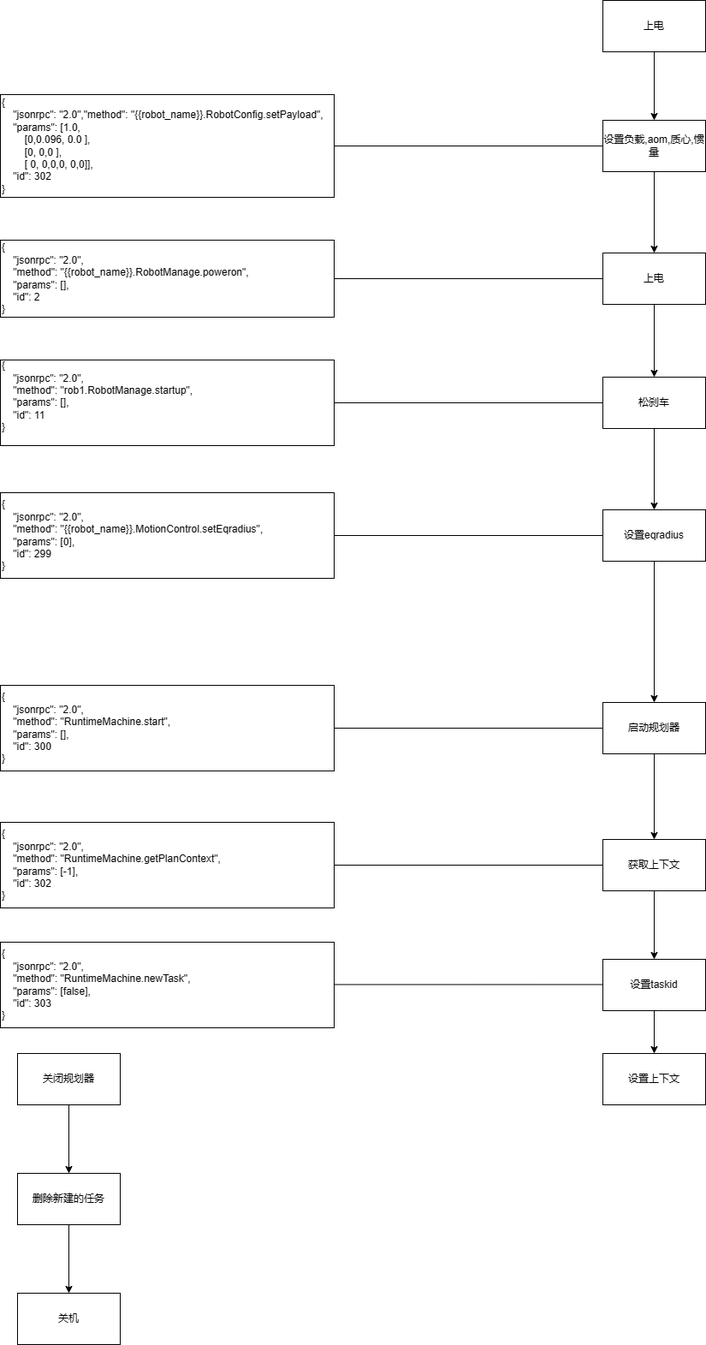
The draw.io diagram 理疗/arcs流程图.png in Durpe/Drawio, before a commit. Source tidied: cells renumbered, new cells last; positions are measured from the earlier drawing's top-left corner, leaving out a move shared by most shapes. Source of this version:
```xml
<mxGraphModel>
  <root>
    <mxCell id="0" />
    <mxCell id="1" parent="0" />
    <mxCell id="2" style="edgeStyle=orthogonalEdgeStyle;rounded=0;jettySize=auto;html=1;" parent="1" edge="1" source="3" target="5">
      <mxGeometry relative="1" as="geometry" />
    </mxCell>
    <mxCell id="3" value="上电" style="rounded=0;whiteSpace=wrap;html=1;" parent="1" vertex="1">
      <mxGeometry x="704" width="120" height="60" as="geometry" />
    </mxCell>
    <mxCell id="4" style="edgeStyle=orthogonalEdgeStyle;rounded=0;jettySize=auto;html=1;" parent="1" edge="1" source="5" target="7">
      <mxGeometry relative="1" as="geometry" />
    </mxCell>
    <mxCell id="5" value="设置负载,aom,质心,惯量" style="whiteSpace=wrap;html=1;rounded=0;" parent="1" vertex="1">
      <mxGeometry x="704" y="140" width="120" height="60" as="geometry" />
    </mxCell>
    <mxCell id="6" style="edgeStyle=orthogonalEdgeStyle;rounded=0;jettySize=auto;html=1;" parent="1" edge="1" source="7" target="9">
      <mxGeometry relative="1" as="geometry" />
    </mxCell>
    <mxCell id="7" value="上电" style="whiteSpace=wrap;html=1;rounded=0;" parent="1" vertex="1">
      <mxGeometry x="704" y="295" width="120" height="60" as="geometry" />
    </mxCell>
    <mxCell id="8" style="edgeStyle=orthogonalEdgeStyle;rounded=0;jettySize=auto;html=1;" parent="1" edge="1" source="9" target="11">
      <mxGeometry relative="1" as="geometry" />
    </mxCell>
    <mxCell id="9" value="松刹车" style="whiteSpace=wrap;html=1;rounded=0;" parent="1" vertex="1">
      <mxGeometry x="704" y="440" width="120" height="60" as="geometry" />
    </mxCell>
    <mxCell id="10" style="edgeStyle=orthogonalEdgeStyle;rounded=0;jettySize=auto;html=1;" parent="1" edge="1" source="11" target="13">
      <mxGeometry relative="1" as="geometry" />
    </mxCell>
    <mxCell id="11" value="设置eqradius" style="whiteSpace=wrap;html=1;rounded=0;" parent="1" vertex="1">
      <mxGeometry x="704" y="595" width="120" height="60" as="geometry" />
    </mxCell>
    <mxCell id="12" style="edgeStyle=orthogonalEdgeStyle;rounded=0;jettySize=auto;html=1;" parent="1" edge="1" source="13" target="15">
      <mxGeometry relative="1" as="geometry" />
    </mxCell>
    <mxCell id="13" value="启动规划器" style="whiteSpace=wrap;html=1;rounded=0;" parent="1" vertex="1">
      <mxGeometry x="704" y="820" width="120" height="60" as="geometry" />
    </mxCell>
    <mxCell id="14" style="edgeStyle=orthogonalEdgeStyle;rounded=0;jettySize=auto;html=1;" parent="1" edge="1" source="15" target="17">
      <mxGeometry relative="1" as="geometry" />
    </mxCell>
    <mxCell id="15" value="获取上下文" style="whiteSpace=wrap;html=1;rounded=0;" parent="1" vertex="1">
      <mxGeometry x="704" y="980" width="120" height="60" as="geometry" />
    </mxCell>
    <mxCell id="16" style="edgeStyle=orthogonalEdgeStyle;rounded=0;jettySize=auto;html=1;" parent="1" edge="1" source="17" target="18">
      <mxGeometry relative="1" as="geometry" />
    </mxCell>
    <mxCell id="17" value="设置taskid" style="whiteSpace=wrap;html=1;rounded=0;" parent="1" vertex="1">
      <mxGeometry x="704" y="1120" width="120" height="60" as="geometry" />
    </mxCell>
    <mxCell id="18" value="设置上下文" style="whiteSpace=wrap;html=1;rounded=0;" parent="1" vertex="1">
      <mxGeometry x="704" y="1230" width="120" height="60" as="geometry" />
    </mxCell>
    <mxCell id="19" style="edgeStyle=orthogonalEdgeStyle;rounded=0;jettySize=auto;html=1;" parent="1" edge="1" source="20" target="22">
      <mxGeometry relative="1" as="geometry" />
    </mxCell>
    <mxCell id="20" value="关闭规划器" style="rounded=0;whiteSpace=wrap;html=1;" parent="1" vertex="1">
      <mxGeometry x="20" y="1230" width="120" height="60" as="geometry" />
    </mxCell>
    <mxCell id="21" style="edgeStyle=orthogonalEdgeStyle;rounded=0;jettySize=auto;html=1;" parent="1" edge="1" source="22" target="23">
      <mxGeometry relative="1" as="geometry" />
    </mxCell>
    <mxCell id="22" value="删除新建的任务" style="whiteSpace=wrap;html=1;rounded=0;" parent="1" vertex="1">
      <mxGeometry x="20" y="1370" width="120" height="60" as="geometry" />
    </mxCell>
    <mxCell id="23" value="关机" style="whiteSpace=wrap;html=1;rounded=0;" parent="1" vertex="1">
      <mxGeometry x="20" y="1510" width="120" height="60" as="geometry" />
    </mxCell>
    <mxCell id="24" value="&lt;div&gt;{&lt;/div&gt;&lt;div&gt;&amp;nbsp; &amp;nbsp; &quot;jsonrpc&quot;: &quot;2.0&quot;,&quot;method&quot;: &quot;{{robot_name}}.RobotConfig.setPayload&quot;,&lt;/div&gt;&lt;div&gt;&amp;nbsp; &amp;nbsp; &quot;params&quot;: [1.0,&lt;/div&gt;&lt;div&gt;&amp;nbsp; &amp;nbsp; &amp;nbsp; &amp;nbsp; [0,0.096, 0.0 ],&lt;/div&gt;&lt;div&gt;&amp;nbsp; &amp;nbsp; &amp;nbsp; &amp;nbsp; [0, 0,0 ],&lt;/div&gt;&lt;div&gt;&amp;nbsp; &amp;nbsp; &amp;nbsp; &amp;nbsp; [ 0, 0,0,0, 0,0]],&lt;/div&gt;&lt;div&gt;&amp;nbsp; &amp;nbsp; &quot;id&quot;: 302&lt;/div&gt;&lt;div&gt;}&lt;/div&gt;" style="rounded=0;whiteSpace=wrap;html=1;align=left;" parent="1" vertex="1">
      <mxGeometry y="110" width="390" height="120" as="geometry" />
    </mxCell>
    <mxCell id="25" style="endArrow=none;html=1;rounded=0;entryX=0;entryY=0.5;entryDx=0;entryDy=0;" parent="1" edge="1" source="24" target="5">
      <mxGeometry relative="1" as="geometry" />
    </mxCell>
    <mxCell id="26" value="&lt;div&gt;{&lt;/div&gt;&lt;div&gt;&amp;nbsp; &amp;nbsp; &quot;jsonrpc&quot;: &quot;2.0&quot;,&lt;span style=&quot;&quot;&gt;&lt;/span&gt;&lt;/div&gt;&lt;div&gt;&lt;span style=&quot;&quot;&gt;&lt;span style=&quot;&quot;&gt;&lt;span style=&quot;white-space: pre;&quot;&gt;&amp;nbsp;&amp;nbsp;&amp;nbsp;&amp;nbsp;&lt;/span&gt;&lt;/span&gt;&quot;method&quot;: &quot;{{robot_name}}.RobotManage.poweron&quot;,&lt;/span&gt;&lt;/div&gt;&lt;div&gt;&lt;span style=&quot;&quot;&gt;&lt;span style=&quot;&quot;&gt;&lt;span style=&quot;white-space: pre;&quot;&gt;&amp;nbsp;&amp;nbsp;&amp;nbsp;&amp;nbsp;&lt;/span&gt;&lt;/span&gt;&quot;params&quot;: [],&lt;/span&gt;&lt;/div&gt;&lt;div&gt;&lt;span style=&quot;&quot;&gt;&lt;span style=&quot;&quot;&gt;&lt;span style=&quot;white-space: pre;&quot;&gt;&amp;nbsp;&amp;nbsp;&amp;nbsp;&amp;nbsp;&lt;/span&gt;&lt;/span&gt;&quot;id&quot;: 2&lt;/span&gt;&lt;/div&gt;&lt;div&gt;}&lt;/div&gt;" style="rounded=0;whiteSpace=wrap;html=1;align=left;" parent="1" vertex="1">
      <mxGeometry y="280" width="390" height="90" as="geometry" />
    </mxCell>
    <mxCell id="27" style="endArrow=none;html=1;rounded=0;entryX=0;entryY=0.5;entryDx=0;entryDy=0;exitX=1;exitY=0.5;exitDx=0;exitDy=0;" parent="1" edge="1" source="26" target="7">
      <mxGeometry relative="1" as="geometry" />
    </mxCell>
    <mxCell id="28" value="&lt;div&gt;{&lt;/div&gt;&lt;div&gt;&amp;nbsp; &amp;nbsp; &quot;jsonrpc&quot;: &quot;2.0&quot;,&lt;/div&gt;&lt;div&gt;&amp;nbsp; &amp;nbsp; &quot;method&quot;: &quot;rob1.RobotManage.startup&quot;,&lt;/div&gt;&lt;div&gt;&amp;nbsp; &amp;nbsp; &quot;params&quot;: [],&lt;/div&gt;&lt;div&gt;&amp;nbsp; &amp;nbsp; &quot;id&quot;: 11&lt;/div&gt;&lt;div&gt;}&lt;/div&gt;&lt;div style=&quot;&quot;&gt;&lt;br&gt;&lt;/div&gt;" style="rounded=0;whiteSpace=wrap;html=1;align=left;" parent="1" vertex="1">
      <mxGeometry y="420" width="390" height="100" as="geometry" />
    </mxCell>
    <mxCell id="29" style="endArrow=none;html=1;rounded=0;entryX=0;entryY=0.5;entryDx=0;entryDy=0;exitX=1;exitY=0.5;exitDx=0;exitDy=0;" parent="1" edge="1">
      <mxGeometry relative="1" as="geometry">
        <mxPoint x="390" y="470" as="sourcePoint" />
        <mxPoint x="704" y="470" as="targetPoint" />
      </mxGeometry>
    </mxCell>
    <mxCell id="30" value="{&#10;    &quot;jsonrpc&quot;: &quot;2.0&quot;,&#10;    &quot;method&quot;: &quot;{{robot_name}}.MotionControl.setEqradius&quot;,&#10;    &quot;params&quot;: [0],&#10;    &quot;id&quot;: 299&#10;}" style="rounded=0;whiteSpace=wrap;html=1;align=left;" parent="1" vertex="1">
      <mxGeometry y="575" width="390" height="100" as="geometry" />
    </mxCell>
    <mxCell id="31" style="endArrow=none;html=1;rounded=0;entryX=0;entryY=0.5;entryDx=0;entryDy=0;exitX=1;exitY=0.5;exitDx=0;exitDy=0;" parent="1" edge="1" source="30" target="11">
      <mxGeometry relative="1" as="geometry" />
    </mxCell>
    <mxCell id="32" value="{&lt;br style=&quot;border-color: var(--border-color);&quot;&gt;&amp;nbsp; &amp;nbsp; &quot;jsonrpc&quot;: &quot;2.0&quot;,&lt;br style=&quot;border-color: var(--border-color);&quot;&gt;&amp;nbsp; &amp;nbsp; &quot;method&quot;: &quot;RuntimeMachine.start&quot;,&lt;br style=&quot;border-color: var(--border-color);&quot;&gt;&amp;nbsp; &amp;nbsp; &quot;params&quot;: [],&lt;br style=&quot;border-color: var(--border-color);&quot;&gt;&amp;nbsp; &amp;nbsp; &quot;id&quot;: 300&lt;br style=&quot;border-color: var(--border-color);&quot;&gt;}" style="rounded=0;whiteSpace=wrap;html=1;align=left;" parent="1" vertex="1">
      <mxGeometry y="800" width="390" height="100" as="geometry" />
    </mxCell>
    <mxCell id="33" style="endArrow=none;html=1;rounded=0;entryX=0;entryY=0.5;entryDx=0;entryDy=0;exitX=1;exitY=0.5;exitDx=0;exitDy=0;" parent="1" edge="1" source="32" target="13">
      <mxGeometry relative="1" as="geometry" />
    </mxCell>
    <mxCell id="34" value="&lt;div&gt;{&lt;/div&gt;&lt;div&gt;&amp;nbsp; &amp;nbsp; &quot;jsonrpc&quot;: &quot;2.0&quot;,&lt;/div&gt;&lt;div&gt;&amp;nbsp; &amp;nbsp; &quot;method&quot;: &quot;RuntimeMachine.getPlanContext&quot;,&lt;/div&gt;&lt;div&gt;&amp;nbsp; &amp;nbsp; &quot;params&quot;: [-1],&lt;/div&gt;&lt;div&gt;&amp;nbsp; &amp;nbsp; &quot;id&quot;: 302&lt;/div&gt;&lt;div&gt;}&lt;/div&gt;" style="rounded=0;whiteSpace=wrap;html=1;align=left;" parent="1" vertex="1">
      <mxGeometry y="960" width="390" height="100" as="geometry" />
    </mxCell>
    <mxCell id="35" style="endArrow=none;html=1;rounded=0;entryX=0;entryY=0.5;entryDx=0;entryDy=0;" parent="1" edge="1" target="15">
      <mxGeometry relative="1" as="geometry">
        <mxPoint x="390" y="1010" as="sourcePoint" />
      </mxGeometry>
    </mxCell>
    <mxCell id="36" value="{&#10;    &quot;jsonrpc&quot;: &quot;2.0&quot;,&#10;    &quot;method&quot;: &quot;RuntimeMachine.newTask&quot;,&#10;    &quot;params&quot;: [false],&#10;    &quot;id&quot;: 303&#10;}" style="rounded=0;whiteSpace=wrap;html=1;align=left;" parent="1" vertex="1">
      <mxGeometry y="1100" width="390" height="100" as="geometry" />
    </mxCell>
    <mxCell id="37" style="endArrow=none;html=1;rounded=0;entryX=0;entryY=0.5;entryDx=0;entryDy=0;" parent="1" edge="1">
      <mxGeometry relative="1" as="geometry">
        <mxPoint x="390" y="1149.5" as="sourcePoint" />
        <mxPoint x="704" y="1149.5" as="targetPoint" />
      </mxGeometry>
    </mxCell>
  </root>
</mxGraphModel>
```
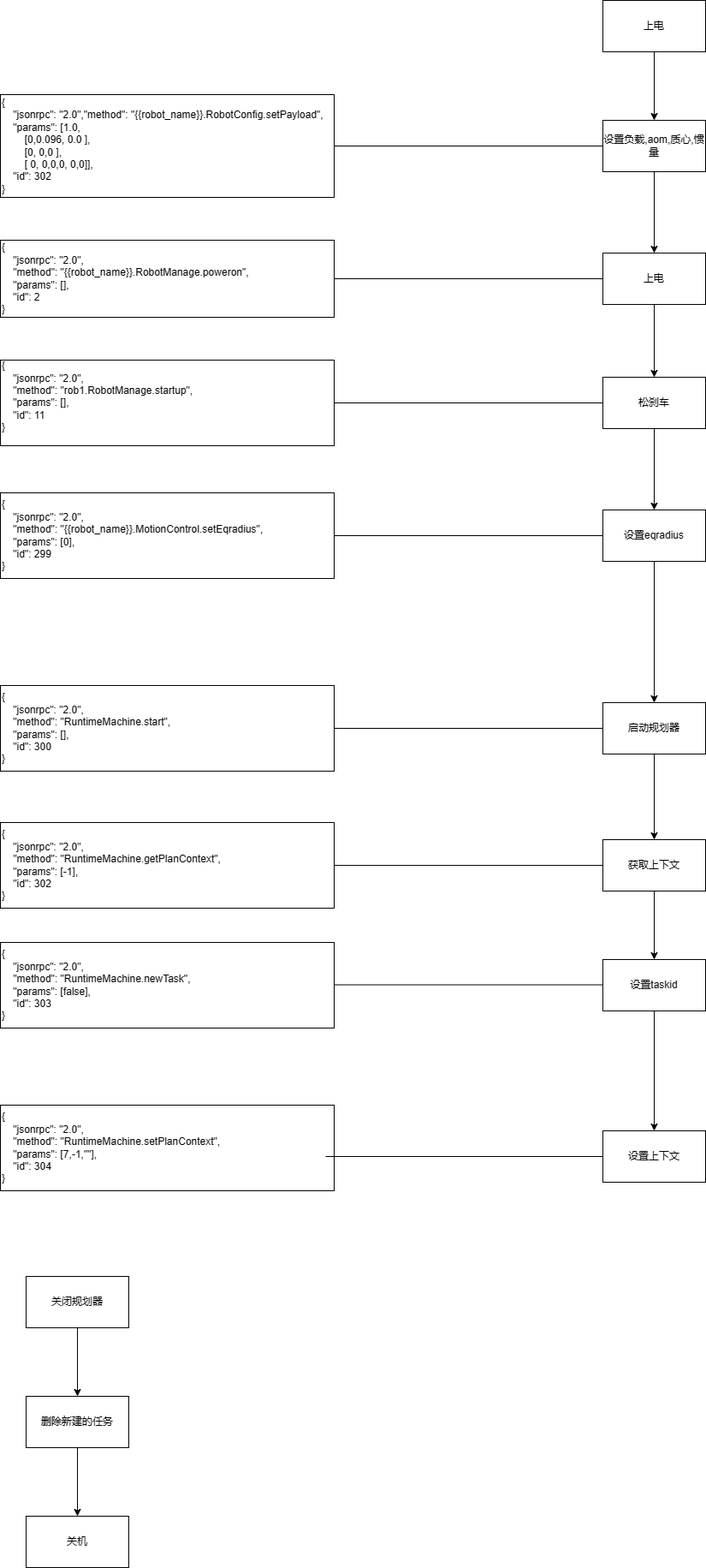
Above is the later version.

Commit message:
更新arcs流程图.png

Diff of the diagram source:
```diff
@@ -51,22 +51,22 @@
       <mxGeometry x="704" y="1120" width="120" height="60" as="geometry" />
     </mxCell>
     <mxCell id="18" value="设置上下文" style="whiteSpace=wrap;html=1;rounded=0;" parent="1" vertex="1">
-      <mxGeometry x="704" y="1230" width="120" height="60" as="geometry" />
+      <mxGeometry x="704" y="1320" width="120" height="60" as="geometry" />
     </mxCell>
     <mxCell id="19" style="edgeStyle=orthogonalEdgeStyle;rounded=0;jettySize=auto;html=1;" parent="1" edge="1" source="20" target="22">
       <mxGeometry relative="1" as="geometry" />
     </mxCell>
     <mxCell id="20" value="关闭规划器" style="rounded=0;whiteSpace=wrap;html=1;" parent="1" vertex="1">
-      <mxGeometry x="20" y="1230" width="120" height="60" as="geometry" />
+      <mxGeometry x="30" y="1490" width="120" height="60" as="geometry" />
     </mxCell>
     <mxCell id="21" style="edgeStyle=orthogonalEdgeStyle;rounded=0;jettySize=auto;html=1;" parent="1" edge="1" source="22" target="23">
       <mxGeometry relative="1" as="geometry" />
     </mxCell>
     <mxCell id="22" value="删除新建的任务" style="whiteSpace=wrap;html=1;rounded=0;" parent="1" vertex="1">
-      <mxGeometry x="20" y="1370" width="120" height="60" as="geometry" />
+      <mxGeometry x="30" y="1630" width="120" height="60" as="geometry" />
     </mxCell>
     <mxCell id="23" value="关机" style="whiteSpace=wrap;html=1;rounded=0;" parent="1" vertex="1">
-      <mxGeometry x="20" y="1510" width="120" height="60" as="geometry" />
+      <mxGeometry x="30" y="1770" width="120" height="60" as="geometry" />
     </mxCell>
     <mxCell id="24" value="&lt;div&gt;{&lt;/div&gt;&lt;div&gt;&amp;nbsp; &amp;nbsp; &quot;jsonrpc&quot;: &quot;2.0&quot;,&quot;method&quot;: &quot;{{robot_name}}.RobotConfig.setPayload&quot;,&lt;/div&gt;&lt;div&gt;&amp;nbsp; &amp;nbsp; &quot;params&quot;: [1.0,&lt;/div&gt;&lt;div&gt;&amp;nbsp; &amp;nbsp; &amp;nbsp; &amp;nbsp; [0,0.096, 0.0 ],&lt;/div&gt;&lt;div&gt;&amp;nbsp; &amp;nbsp; &amp;nbsp; &amp;nbsp; [0, 0,0 ],&lt;/div&gt;&lt;div&gt;&amp;nbsp; &amp;nbsp; &amp;nbsp; &amp;nbsp; [ 0, 0,0,0, 0,0]],&lt;/div&gt;&lt;div&gt;&amp;nbsp; &amp;nbsp; &quot;id&quot;: 302&lt;/div&gt;&lt;div&gt;}&lt;/div&gt;" style="rounded=0;whiteSpace=wrap;html=1;align=left;" parent="1" vertex="1">
       <mxGeometry y="110" width="390" height="120" as="geometry" />
@@ -118,5 +118,13 @@
         <mxPoint x="704" y="1149.5" as="targetPoint" />
       </mxGeometry>
     </mxCell>
+    <mxCell id="38" value="{&#10;    &quot;jsonrpc&quot;: &quot;2.0&quot;,&#10;    &quot;method&quot;: &quot;RuntimeMachine.setPlanContext&quot;,&#10;    &quot;params&quot;: [7,-1,&quot;&quot;],&#10;    &quot;id&quot;: 304&#10;}" style="rounded=0;whiteSpace=wrap;html=1;align=left;" parent="1" vertex="1">
+      <mxGeometry y="1290" width="390" height="100" as="geometry" />
+    </mxCell>
+    <mxCell id="39" style="endArrow=none;html=1;rounded=0;entryX=0;entryY=0.5;entryDx=0;entryDy=0;" parent="1" edge="1" target="18">
+      <mxGeometry relative="1" as="geometry">
+        <mxPoint x="380" y="1350" as="sourcePoint" />
+      </mxGeometry>
+    </mxCell>
   </root>
 </mxGraphModel>
```
